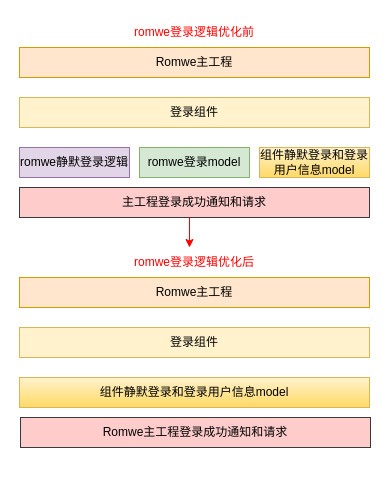
Earlier version of the draw.io diagram 登录信息重构.drawio (zhoubo6419/ZBTestLib). Source tidied: cells renumbered, new cells numbered last; positions are measured from the earlier drawing's top-left corner, leaving out a move shared by most shapes. Both pictures are drawn from the tidied source at 100%, with x=0, y=0 at pixel (19, 17).
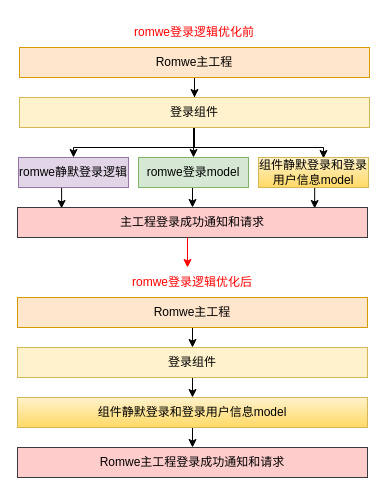
The same page after the edit.

Commit message:
更新登录信息重构.drawio

Unchanged cells that the change refers to:
```xml
<mxCell id="2" value="Romwe主工程" style="rounded=0;whiteSpace=wrap;html=1;fillColor=#ffe6cc;strokeColor=#d79b00;" parent="1" vertex="1">
  <mxGeometry y="30" width="350" height="30" as="geometry" />
</mxCell>
<mxCell id="3" value="登录组件" style="rounded=0;whiteSpace=wrap;html=1;fillColor=#fff2cc;strokeColor=#d6b656;" parent="1" vertex="1">
  <mxGeometry y="80" width="350" height="30" as="geometry" />
</mxCell>
```

What changed in the source:
```diff
@@
+    <mxCell id="15" style="edgeStyle=orthogonalEdgeStyle;rounded=0;jettySize=auto;html=1;exitX=0.5;exitY=1;exitDx=0;exitDy=0;" parent="1" edge="1" source="2" target="3">
+      <mxGeometry relative="1" as="geometry" />
+    </mxCell>
@@
+    <mxCell id="16" style="edgeStyle=orthogonalEdgeStyle;rounded=0;jettySize=auto;html=1;exitX=0.5;exitY=1;exitDx=0;exitDy=0;entryX=0.5;entryY=0;entryDx=0;entryDy=0;" parent="1" edge="1" source="3" target="4">
+      <mxGeometry relative="1" as="geometry" />
+    </mxCell>
+    <mxCell id="17" style="edgeStyle=orthogonalEdgeStyle;rounded=0;jettySize=auto;html=1;exitX=0.5;exitY=1;exitDx=0;exitDy=0;entryX=0.5;entryY=0;entryDx=0;entryDy=0;" parent="1" edge="1" source="3" target="5">
+      <mxGeometry relative="1" as="geometry" />
+    </mxCell>
+    <mxCell id="18" style="edgeStyle=orthogonalEdgeStyle;rounded=0;jettySize=auto;html=1;exitX=0.5;exitY=1;exitDx=0;exitDy=0;entryX=0.591;entryY=0.033;entryDx=0;entryDy=0;entryPerimeter=0;" parent="1" edge="1" source="3" target="6">
+      <mxGeometry relative="1" as="geometry" />
+    </mxCell>
@@
+    <mxCell id="19" style="edgeStyle=orthogonalEdgeStyle;rounded=0;jettySize=auto;html=1;exitX=0.5;exitY=1;exitDx=0;exitDy=0;entryX=0.126;entryY=0.033;entryDx=0;entryDy=0;entryPerimeter=0;" parent="1" edge="1" source="4" target="7">
+      <mxGeometry relative="1" as="geometry" />
+    </mxCell>
     <mxCell id="4" value="romwe静默登录逻辑" style="rounded=0;whiteSpace=wrap;html=1;fillColor=#e1d5e7;strokeColor=#9673a6;" parent="1" vertex="1">
-      <mxGeometry y="130" width="110" height="30" as="geometry" />
+      <mxGeometry x="-1" y="140" width="110" height="30" as="geometry" />
     </mxCell>
+    <mxCell id="20" style="edgeStyle=orthogonalEdgeStyle;rounded=0;jettySize=auto;html=1;exitX=0.5;exitY=1;exitDx=0;exitDy=0;entryX=0.5;entryY=0;entryDx=0;entryDy=0;" parent="1" edge="1" source="5" target="7">
+      <mxGeometry relative="1" as="geometry" />
+    </mxCell>
     <mxCell id="5" value="romwe登录model" style="rounded=0;whiteSpace=wrap;html=1;fillColor=#d5e8d4;strokeColor=#82b366;" parent="1" vertex="1">
-      <mxGeometry x="120" y="130" width="110" height="30" as="geometry" />
+      <mxGeometry x="119" y="140" width="110" height="30" as="geometry" />
     </mxCell>
+    <mxCell id="21" style="edgeStyle=orthogonalEdgeStyle;rounded=0;jettySize=auto;html=1;exitX=0.5;exitY=1;exitDx=0;exitDy=0;entryX=0.849;entryY=0.033;entryDx=0;entryDy=0;entryPerimeter=0;" parent="1" edge="1" source="6" target="7">
+      <mxGeometry relative="1" as="geometry" />
+    </mxCell>
     <mxCell id="6" value="组件静默登录和登录用户信息model" style="rounded=0;whiteSpace=wrap;html=1;fillColor=#fff2cc;gradientColor=#ffd966;strokeColor=#d6b656;" parent="1" vertex="1">
-      <mxGeometry x="240" y="130" width="110" height="30" as="geometry" />
+      <mxGeometry x="239" y="140" width="110" height="30" as="geometry" />
     </mxCell>
     <mxCell id="7" value="主工程登录成功通知和请求" style="rounded=0;whiteSpace=wrap;html=1;fillColor=#ffcccc;strokeColor=#36393d;" parent="1" vertex="1">
-      <mxGeometry y="170" width="350" height="30" as="geometry" />
+      <mxGeometry x="-2" y="190" width="350" height="30" as="geometry" />
     </mxCell>
+    <mxCell id="22" style="edgeStyle=orthogonalEdgeStyle;rounded=0;jettySize=auto;html=1;exitX=0.5;exitY=1;exitDx=0;exitDy=0;entryX=0.5;entryY=0;entryDx=0;entryDy=0;" parent="1" edge="1" source="8" target="9">
+      <mxGeometry relative="1" as="geometry" />
+    </mxCell>
     <mxCell id="8" value="Romwe主工程" style="rounded=0;whiteSpace=wrap;html=1;fillColor=#ffe6cc;strokeColor=#d79b00;" parent="1" vertex="1">
-      <mxGeometry y="260" width="350" height="30" as="geometry" />
+      <mxGeometry x="-2" y="280" width="350" height="30" as="geometry" />
     </mxCell>
+    <mxCell id="23" style="edgeStyle=orthogonalEdgeStyle;rounded=0;jettySize=auto;html=1;exitX=0.5;exitY=1;exitDx=0;exitDy=0;entryX=0.5;entryY=0;entryDx=0;entryDy=0;" parent="1" edge="1" source="9" target="10">
+      <mxGeometry relative="1" as="geometry" />
+    </mxCell>
     <mxCell id="9" value="登录组件" style="rounded=0;whiteSpace=wrap;html=1;fillColor=#fff2cc;strokeColor=#d6b656;" parent="1" vertex="1">
-      <mxGeometry y="310" width="350" height="30" as="geometry" />
+      <mxGeometry x="-2" y="330" width="350" height="30" as="geometry" />
     </mxCell>
+    <mxCell id="24" style="edgeStyle=orthogonalEdgeStyle;rounded=0;jettySize=auto;html=1;exitX=0.5;exitY=1;exitDx=0;exitDy=0;entryX=0.5;entryY=0;entryDx=0;entryDy=0;" parent="1" edge="1" source="10" target="11">
+      <mxGeometry relative="1" as="geometry" />
+    </mxCell>
     <mxCell id="10" value="组件静默登录和登录用户信息model" style="rounded=0;whiteSpace=wrap;html=1;fillColor=#fff2cc;strokeColor=#d6b656;gradientColor=#ffd966;" parent="1" vertex="1">
-      <mxGeometry y="360" width="350" height="30" as="geometry" />
+      <mxGeometry x="-2" y="380" width="350" height="30" as="geometry" />
     </mxCell>
     <mxCell id="11" value="Romwe主工程登录成功通知和请求" style="rounded=0;whiteSpace=wrap;html=1;fillColor=#ffcccc;strokeColor=#36393d;" parent="1" vertex="1">
-      <mxGeometry x="1" y="400" width="350" height="30" as="geometry" />
+      <mxGeometry x="-2" y="430" width="350" height="30" as="geometry" />
     </mxCell>
     <mxCell id="12" value="romwe登录逻辑优化后" style="text;html=1;strokeColor=none;fillColor=none;align=center;verticalAlign=middle;whiteSpace=wrap;rounded=0;fontColor=#FF0000;" parent="1" vertex="1">
-      <mxGeometry x="85" y="230" width="180" height="30" as="geometry" />
+      <mxGeometry x="83" y="250" width="180" height="30" as="geometry" />
     </mxCell>
@@
     <mxCell id="14" style="endArrow=classic;html=1;rounded=0;fontColor=#FF0000;strokeColor=#FF0000;" parent="1" edge="1">
       <mxGeometry relative="1" as="geometry">
-        <mxPoint x="170" y="200" as="sourcePoint" />
-        <mxPoint x="170" y="230" as="targetPoint" />
+        <mxPoint x="168" y="220" as="sourcePoint" />
+        <mxPoint x="168" y="250" as="targetPoint" />
       </mxGeometry>
     </mxCell>
```
